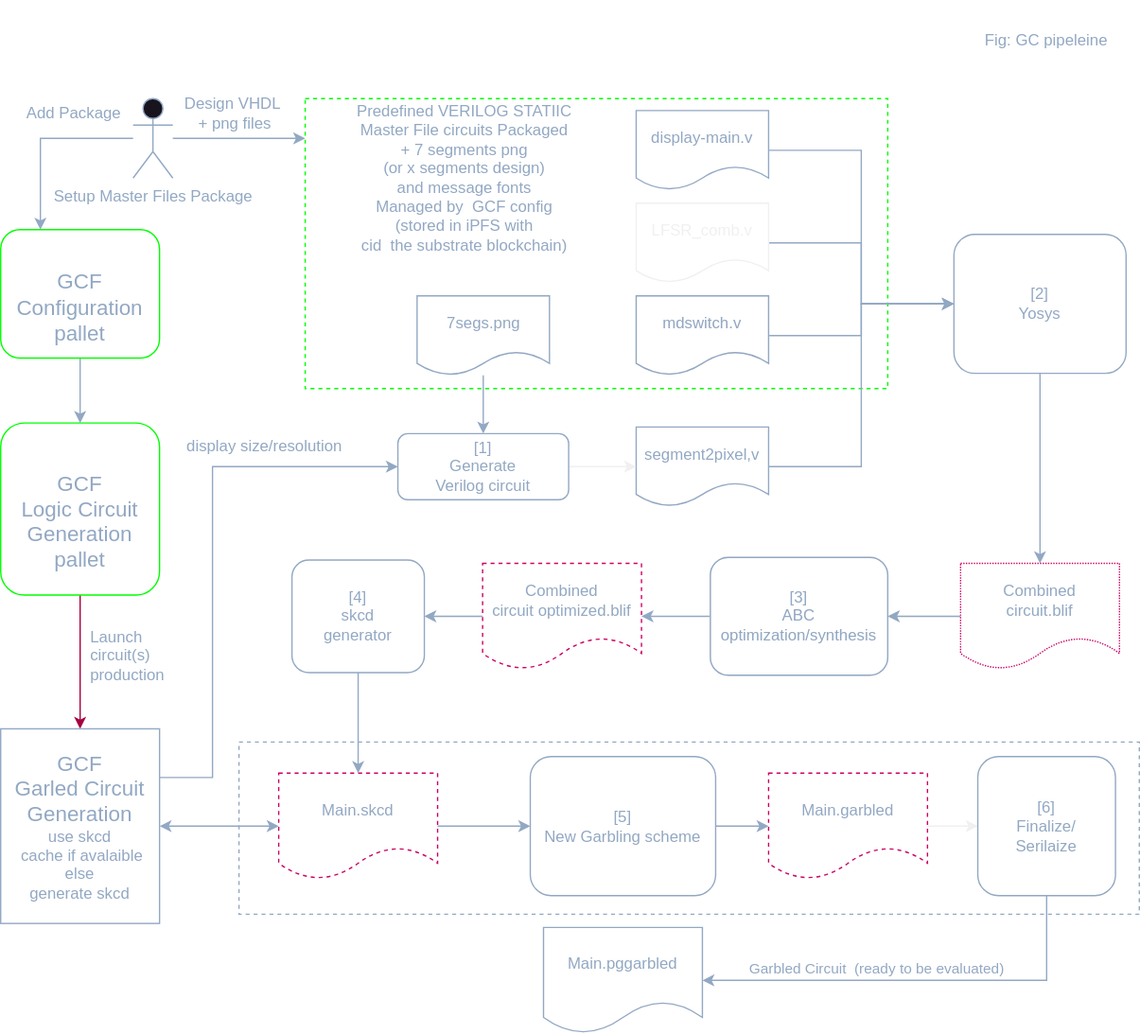
Interstellar-Network/Interstellar-Book keeps this draw.io diagram as src/fig/GC-Pipeline-Detailed.svg. Above is the earlier version. Source tidied: cells renumbered, new cells last; positions are measured from the earlier drawing's top-left corner, leaving out a move shared by most shapes. The source it was exported from:
```xml
<mxGraphModel>
  <root>
    <mxCell id="0" />
    <mxCell id="1" parent="0" />
    <mxCell id="2" style="rounded=0;whiteSpace=wrap;html=1;fillColor=none;dashed=1;strokeColor=#92A8C3;" parent="1" vertex="1">
      <mxGeometry x="180" y="560" width="680" height="130" as="geometry" />
    </mxCell>
    <mxCell id="3" style="rounded=0;whiteSpace=wrap;html=1;dashed=1;fillColor=none;fontColor=#ffffff;strokeColor=#00FF00;gradientColor=#97D077;" parent="1" vertex="1">
      <mxGeometry x="230" y="74" width="440" height="219" as="geometry" />
    </mxCell>
    <mxCell id="4" style="edgeStyle=orthogonalEdgeStyle;rounded=0;jettySize=auto;html=1;entryX=0;entryY=0.5;entryDx=0;entryDy=0;strokeColor=#92A8C3;" parent="1" edge="1" source="5" target="7">
      <mxGeometry relative="1" as="geometry" />
    </mxCell>
    <mxCell id="5" value="&lt;font color=&quot;#92a8c3&quot;&gt;segment2pixel,v&lt;/font&gt;" style="shape=document;whiteSpace=wrap;html=1;boundedLbl=1;fillColor=none;strokeColor=#92A8C3;" parent="1" vertex="1">
      <mxGeometry x="480" y="322" width="100" height="60" as="geometry" />
    </mxCell>
    <mxCell id="6" style="edgeStyle=orthogonalEdgeStyle;rounded=0;jettySize=auto;html=1;strokeColor=#92A8C3;" parent="1" edge="1" source="7" target="14">
      <mxGeometry relative="1" as="geometry" />
    </mxCell>
    <mxCell id="7" value="&lt;font color=&quot;#92a8c3&quot;&gt;[2]&lt;br&gt;Yosys&lt;/font&gt;" style="rounded=1;whiteSpace=wrap;html=1;fillColor=none;strokeColor=#92A8C3;" parent="1" vertex="1">
      <mxGeometry x="720" y="176.5" width="130" height="105" as="geometry" />
    </mxCell>
    <mxCell id="8" style="edgeStyle=orthogonalEdgeStyle;rounded=0;jettySize=auto;html=1;entryX=0;entryY=0.5;entryDx=0;entryDy=0;strokeColor=#92A8C3;" parent="1" edge="1" source="9" target="7">
      <mxGeometry relative="1" as="geometry" />
    </mxCell>
    <mxCell id="9" value="LFSR_comb.v" style="shape=document;whiteSpace=wrap;html=1;boundedLbl=1;fillColor=none;" parent="1" vertex="1">
      <mxGeometry x="480" y="153" width="100" height="60" as="geometry" />
    </mxCell>
    <mxCell id="10" style="edgeStyle=orthogonalEdgeStyle;rounded=0;jettySize=auto;html=1;entryX=0;entryY=0.5;entryDx=0;entryDy=0;strokeColor=#92A8C3;" parent="1" edge="1" source="11" target="7">
      <mxGeometry relative="1" as="geometry" />
    </mxCell>
    <mxCell id="11" value="mdswitch.v" style="shape=document;whiteSpace=wrap;html=1;boundedLbl=1;fillColor=none;" parent="1" vertex="1">
      <mxGeometry x="480" y="223" width="100" height="60" as="geometry" />
    </mxCell>
    <mxCell id="12" style="edgeStyle=orthogonalEdgeStyle;rounded=0;jettySize=auto;html=1;entryX=1;entryY=0.5;entryDx=0;entryDy=0;" parent="1" edge="1" source="14" target="16">
      <mxGeometry relative="1" as="geometry" />
    </mxCell>
    <mxCell id="13" style="edgeStyle=orthogonalEdgeStyle;rounded=0;jettySize=auto;html=1;fontColor=#92A8C3;strokeColor=#92A8C3;" parent="1" edge="1" source="14" target="50">
      <mxGeometry relative="1" as="geometry" />
    </mxCell>
    <mxCell id="14" value="&lt;font color=&quot;#92a8c3&quot;&gt;Combined&lt;br&gt;circuit.blif&lt;/font&gt;" style="shape=document;whiteSpace=wrap;html=1;boundedLbl=1;dashed=1;strokeColor=#CC0066;fillColor=none;dashPattern=1 1;" parent="1" vertex="1">
      <mxGeometry x="725" y="425" width="120" height="80" as="geometry" />
    </mxCell>
    <mxCell id="15" style="edgeStyle=orthogonalEdgeStyle;rounded=0;jettySize=auto;html=1;entryX=1;entryY=0.5;entryDx=0;entryDy=0;strokeColor=#92A8C3;" parent="1" edge="1" source="16" target="19">
      <mxGeometry relative="1" as="geometry" />
    </mxCell>
    <mxCell id="16" value="[3]&lt;br&gt;ABC&lt;br&gt;optimization/synthesis" style="rounded=1;whiteSpace=wrap;html=1;fillColor=none;" parent="1" vertex="1">
      <mxGeometry x="536" y="420.5" width="134" height="89" as="geometry" />
    </mxCell>
    <mxCell id="17" style="edgeStyle=orthogonalEdgeStyle;rounded=0;jettySize=auto;html=1;entryX=1;entryY=0.5;entryDx=0;entryDy=0;" parent="1" edge="1" source="19" target="21">
      <mxGeometry relative="1" as="geometry" />
    </mxCell>
    <mxCell id="18" style="edgeStyle=orthogonalEdgeStyle;rounded=0;jettySize=auto;html=1;fontColor=#92A8C3;strokeColor=#92A8C3;" parent="1" edge="1" source="19" target="21">
      <mxGeometry relative="1" as="geometry" />
    </mxCell>
    <mxCell id="19" value="&lt;font color=&quot;#92a8c3&quot;&gt;Combined&lt;br&gt;circuit optimized.blif&lt;/font&gt;" style="shape=document;whiteSpace=wrap;html=1;boundedLbl=1;dashed=1;strokeColor=#CC0066;fillColor=none;" parent="1" vertex="1">
      <mxGeometry x="364" y="425" width="120" height="80" as="geometry" />
    </mxCell>
    <mxCell id="20" style="edgeStyle=orthogonalEdgeStyle;rounded=0;jettySize=auto;html=1;exitX=0.5;exitY=1;exitDx=0;exitDy=0;entryX=0.5;entryY=0;entryDx=0;entryDy=0;fontColor=#FFFFFF;strokeWidth=1;strokeColor=#92A8C3;" parent="1" edge="1" source="21" target="23">
      <mxGeometry relative="1" as="geometry" />
    </mxCell>
    <mxCell id="21" value="&lt;font color=&quot;#92a8c3&quot;&gt;[4]&lt;br&gt;skcd &lt;br&gt;generator&lt;/font&gt;" style="rounded=1;whiteSpace=wrap;html=1;fillColor=none;strokeColor=#92A8C3;" parent="1" vertex="1">
      <mxGeometry x="220" y="422.5" width="100" height="85" as="geometry" />
    </mxCell>
    <mxCell id="22" style="edgeStyle=orthogonalEdgeStyle;rounded=0;jettySize=auto;html=1;entryX=0;entryY=0.5;entryDx=0;entryDy=0;strokeColor=#92A8C3;" parent="1" edge="1" source="23" target="25">
      <mxGeometry relative="1" as="geometry" />
    </mxCell>
    <mxCell id="23" value="&lt;font color=&quot;#92a8c3&quot;&gt;Main.skcd&lt;/font&gt;" style="shape=document;whiteSpace=wrap;html=1;boundedLbl=1;dashed=1;strokeColor=#CC0066;fillColor=none;" parent="1" vertex="1">
      <mxGeometry x="210" y="583.5" width="120" height="80" as="geometry" />
    </mxCell>
    <mxCell id="24" style="edgeStyle=orthogonalEdgeStyle;rounded=0;jettySize=auto;html=1;strokeColor=#92A8C3;" parent="1" edge="1" source="25" target="27">
      <mxGeometry relative="1" as="geometry" />
    </mxCell>
    <mxCell id="25" value="&lt;font color=&quot;#92a8c3&quot;&gt;[5]&lt;br&gt;New Garbling scheme&lt;br&gt;&lt;/font&gt;" style="rounded=1;whiteSpace=wrap;html=1;fillColor=none;strokeColor=#92A8C3;" parent="1" vertex="1">
      <mxGeometry x="400" y="571" width="140" height="105" as="geometry" />
    </mxCell>
    <mxCell id="26" style="edgeStyle=orthogonalEdgeStyle;rounded=0;jettySize=auto;html=1;entryX=0;entryY=0.5;entryDx=0;entryDy=0;" parent="1" edge="1" source="27" target="30">
      <mxGeometry relative="1" as="geometry" />
    </mxCell>
    <mxCell id="27" value="&lt;font color=&quot;#92a8c3&quot;&gt;Main.garbled&lt;/font&gt;" style="shape=document;whiteSpace=wrap;html=1;boundedLbl=1;dashed=1;strokeColor=#CC0066;fillColor=none;" parent="1" vertex="1">
      <mxGeometry x="580" y="583.5" width="120" height="80" as="geometry" />
    </mxCell>
    <mxCell id="28" style="edgeStyle=orthogonalEdgeStyle;rounded=0;jettySize=auto;html=1;entryX=1;entryY=0.5;entryDx=0;entryDy=0;exitX=0.5;exitY=1;exitDx=0;exitDy=0;strokeColor=#92A8C3;" parent="1" edge="1" source="30" target="31">
      <mxGeometry relative="1" as="geometry">
        <Array as="points">
          <mxPoint x="790" y="740" />
        </Array>
      </mxGeometry>
    </mxCell>
    <mxCell id="29" value="&amp;nbsp; Garbled Circuit&amp;nbsp; (ready to be evaluated)&amp;nbsp;" style="edgeLabel;html=1;align=center;verticalAlign=middle;fontColor=#92A8C3;labelBackgroundColor=none;" parent="28" vertex="1">
      <mxGeometry x="-0.08" y="4" relative="1" as="geometry">
        <mxPoint x="-47" y="-14" as="offset" />
      </mxGeometry>
    </mxCell>
    <mxCell id="30" value="&lt;font color=&quot;#92a8c3&quot;&gt;[6]&lt;br&gt;Finalize/&lt;br&gt;Serilaize&lt;/font&gt;" style="rounded=1;whiteSpace=wrap;html=1;fillColor=none;strokeColor=#92A8C3;" parent="1" vertex="1">
      <mxGeometry x="738" y="571" width="104" height="105" as="geometry" />
    </mxCell>
    <mxCell id="31" value="&lt;font color=&quot;#92a8c3&quot;&gt;Main.pggarbled&lt;/font&gt;" style="shape=document;whiteSpace=wrap;html=1;boundedLbl=1;fillColor=none;strokeColor=#92A8C3;" parent="1" vertex="1">
      <mxGeometry x="410" y="700" width="120" height="80" as="geometry" />
    </mxCell>
    <mxCell id="32" style="edgeStyle=orthogonalEdgeStyle;rounded=0;jettySize=auto;html=1;entryX=0;entryY=0.5;entryDx=0;entryDy=0;strokeColor=#92A8C3;" parent="1" edge="1" source="33" target="7">
      <mxGeometry relative="1" as="geometry" />
    </mxCell>
    <mxCell id="33" value="&lt;font color=&quot;#92a8c3&quot;&gt;display-main.v&lt;/font&gt;" style="shape=document;whiteSpace=wrap;html=1;boundedLbl=1;fillColor=none;strokeColor=#92A8C3;" parent="1" vertex="1">
      <mxGeometry x="480" y="83" width="100" height="60" as="geometry" />
    </mxCell>
    <mxCell id="34" style="edgeStyle=orthogonalEdgeStyle;rounded=0;jettySize=auto;html=1;entryX=0;entryY=0.5;entryDx=0;entryDy=0;fontColor=#FFFFFF;strokeWidth=1;" parent="1" edge="1" source="35" target="5">
      <mxGeometry relative="1" as="geometry" />
    </mxCell>
    <mxCell id="35" value="&lt;font color=&quot;#92a8c3&quot;&gt;[1] &lt;br&gt;Generate&lt;br&gt;Verilog circuit&lt;/font&gt;" style="rounded=1;whiteSpace=wrap;html=1;fillColor=none;strokeColor=#92A8C3;" parent="1" vertex="1">
      <mxGeometry x="300" y="327" width="129" height="50" as="geometry" />
    </mxCell>
    <mxCell id="36" style="edgeStyle=orthogonalEdgeStyle;rounded=0;jettySize=auto;html=1;entryX=0.5;entryY=0;entryDx=0;entryDy=0;fontColor=#FFFFFF;strokeWidth=1;strokeColor=#92A8C3;" parent="1" edge="1" source="37" target="40">
      <mxGeometry relative="1" as="geometry" />
    </mxCell>
    <mxCell id="37" value="&lt;font style=&quot;font-size: 16px&quot;&gt;&lt;font color=&quot;#92a8c3&quot;&gt;&lt;br&gt;GCF&lt;br&gt;Configuration&lt;br&gt;pallet&lt;/font&gt;&lt;br&gt;&lt;/font&gt;" style="rounded=1;whiteSpace=wrap;html=1;fillColor=none;strokeColor=#00FF00;" parent="1" vertex="1">
      <mxGeometry y="173" width="120" height="97" as="geometry" />
    </mxCell>
    <mxCell id="38" value="&lt;font color=&quot;#92a8c3&quot;&gt;Predefined VERILOG STATIIC&lt;br&gt;Master File circuits Packaged&lt;br&gt;+ 7 segments png &lt;br&gt;(or x segments design)&lt;br&gt;and message fonts&lt;br&gt;Managed by&amp;nbsp; GCF config&lt;br&gt;(stored in iPFS with&lt;br&gt;cid&amp;nbsp; the substrate blockchain)&lt;/font&gt;" style="text;html=1;align=center;verticalAlign=middle;fillColor=none;strokeColor=none;rounded=0;" parent="1" vertex="1">
      <mxGeometry x="255" y="69" width="190" height="130" as="geometry" />
    </mxCell>
    <mxCell id="39" style="edgeStyle=orthogonalEdgeStyle;rounded=0;jettySize=auto;html=1;entryX=0.5;entryY=0;entryDx=0;entryDy=0;fillColor=#d80073;strokeColor=#A50040;strokeWidth=1;" parent="1" edge="1" source="40" target="43">
      <mxGeometry x="-0.19" y="50" relative="1" as="geometry" />
    </mxCell>
    <mxCell id="40" value="&lt;font style=&quot;font-size: 16px&quot;&gt;&lt;font color=&quot;#92a8c3&quot;&gt;&lt;br&gt;GCF&lt;br&gt;Logic Circuit&lt;br&gt;Generation&lt;br&gt;pallet&lt;/font&gt;&lt;br&gt;&lt;/font&gt;" style="rounded=1;whiteSpace=wrap;html=1;fillColor=none;strokeColor=#00FF00;" parent="1" vertex="1">
      <mxGeometry y="319" width="120" height="130" as="geometry" />
    </mxCell>
    <mxCell id="41" style="edgeStyle=orthogonalEdgeStyle;rounded=0;jettySize=auto;html=1;fontColor=#FFFFFF;strokeWidth=1;startArrow=classic;startFill=1;strokeColor=#92A8C3;" parent="1" edge="1" source="43" target="23">
      <mxGeometry relative="1" as="geometry" />
    </mxCell>
    <mxCell id="42" style="edgeStyle=orthogonalEdgeStyle;rounded=0;jettySize=auto;html=1;exitX=1;exitY=0.25;exitDx=0;exitDy=0;fontColor=#FFFFFF;strokeWidth=1;strokeColor=#92A8C3;" parent="1" edge="1" source="43">
      <mxGeometry x="0.47" y="12" relative="1" as="geometry">
        <mxPoint x="300" y="352" as="targetPoint" />
        <Array as="points">
          <mxPoint x="160" y="587" />
          <mxPoint x="160" y="352" />
        </Array>
      </mxGeometry>
    </mxCell>
    <mxCell id="43" value="&lt;font color=&quot;#92a8c3&quot;&gt;&lt;font style=&quot;font-size: 16px&quot;&gt;GCF&lt;br&gt;Garled Circuit&lt;br&gt;Generation&lt;/font&gt;&lt;br&gt;use skcd&lt;br&gt;&amp;nbsp;cache if avalaible&lt;br&gt;else&lt;br&gt;generate skcd&lt;/font&gt;" style="rounded=0;whiteSpace=wrap;html=1;fillColor=none;strokeColor=#92A8C3;" parent="1" vertex="1">
      <mxGeometry y="550" width="120" height="147" as="geometry" />
    </mxCell>
    <mxCell id="44" style="edgeStyle=orthogonalEdgeStyle;rounded=0;orthogonalLoop=1;jettySize=auto;html=1;entryX=0;entryY=0.119;entryDx=0;entryDy=0;entryPerimeter=0;fontColor=#FFFFFF;strokeWidth=1;strokeColor=#92A8C3;" parent="1" edge="1">
      <mxGeometry x="0.04" y="30" relative="1" as="geometry">
        <mxPoint x="130" y="104" as="sourcePoint" />
        <mxPoint x="230" y="104.1" as="targetPoint" />
        <Array as="points">
          <mxPoint x="190" y="104" />
          <mxPoint x="190" y="104" />
        </Array>
      </mxGeometry>
    </mxCell>
    <mxCell id="45" style="edgeStyle=orthogonalEdgeStyle;rounded=0;jettySize=auto;html=1;entryX=0.25;entryY=0;entryDx=0;entryDy=0;fontColor=#FFFFFF;strokeWidth=1;strokeColor=#92A8C3;" parent="1" edge="1" source="46" target="37">
      <mxGeometry x="-0.28" y="-14" relative="1" as="geometry">
        <Array as="points">
          <mxPoint x="30" y="104" />
        </Array>
      </mxGeometry>
    </mxCell>
    <mxCell id="46" value="&lt;font color=&quot;#92a8c3&quot;&gt;Setup Master Files Package&lt;/font&gt;" style="shape=umlActor;verticalLabelPosition=bottom;verticalAlign=top;html=1;outlineConnect=0;strokeColor=#92A8C3;" parent="1" vertex="1">
      <mxGeometry x="100" y="74" width="30" height="60" as="geometry" />
    </mxCell>
    <mxCell id="47" value="&lt;font color=&quot;#92a8c3&quot;&gt;Fig: GC pipeleine&lt;/font&gt;" style="rounded=0;whiteSpace=wrap;html=1;strokeColor=none;fillColor=none;gradientColor=none;" parent="1" vertex="1">
      <mxGeometry x="730" width="120" height="60" as="geometry" />
    </mxCell>
    <mxCell id="48" style="edgeStyle=orthogonalEdgeStyle;rounded=0;jettySize=auto;html=1;entryX=0.5;entryY=0;entryDx=0;entryDy=0;fontColor=#FFFFFF;strokeWidth=1;strokeColor=#92A8C3;" parent="1" edge="1" source="49" target="35">
      <mxGeometry relative="1" as="geometry" />
    </mxCell>
    <mxCell id="49" value="&lt;font color=&quot;#92a8c3&quot;&gt;7segs.png&lt;/font&gt;" style="shape=document;whiteSpace=wrap;html=1;boundedLbl=1;fillColor=none;strokeColor=#92A8C3;" parent="1" vertex="1">
      <mxGeometry x="314.5" y="223" width="100" height="60" as="geometry" />
    </mxCell>
    <mxCell id="50" value="&lt;font color=&quot;#92a8c3&quot;&gt;[3]&lt;br&gt;ABC&lt;br&gt;optimization/synthesis&lt;/font&gt;" style="rounded=1;whiteSpace=wrap;html=1;fillColor=none;strokeColor=#92A8C3;" parent="1" vertex="1">
      <mxGeometry x="536" y="420.5" width="134" height="89" as="geometry" />
    </mxCell>
    <mxCell id="51" value="&lt;font color=&quot;#92a8c3&quot;&gt;mdswitch.v&lt;/font&gt;" style="shape=document;whiteSpace=wrap;html=1;boundedLbl=1;fillColor=none;strokeColor=#92A8C3;" parent="1" vertex="1">
      <mxGeometry x="480" y="223" width="100" height="60" as="geometry" />
    </mxCell>
    <mxCell id="52" value="Add Package" style="text;html=1;align=center;verticalAlign=middle;fillColor=none;strokeColor=none;rounded=0;dashed=1;dashPattern=1 1;labelBackgroundColor=none;fontColor=#92A8C3;" parent="1" vertex="1">
      <mxGeometry x="10" y="75" width="90" height="20" as="geometry" />
    </mxCell>
    <mxCell id="53" value="Design VHDL&lt;br&gt;&amp;nbsp;+ png files" style="text;html=1;align=center;verticalAlign=middle;fillColor=none;strokeColor=none;rounded=0;dashed=1;dashPattern=1 1;labelBackgroundColor=none;fontColor=#92A8C3;" parent="1" vertex="1">
      <mxGeometry x="130" y="70" width="90" height="30" as="geometry" />
    </mxCell>
    <mxCell id="54" value="display size/resolution" style="text;html=1;align=center;verticalAlign=middle;fillColor=none;strokeColor=none;rounded=0;dashed=1;dashPattern=1 1;labelBackgroundColor=none;fontColor=#92A8C3;" parent="1" vertex="1">
      <mxGeometry x="134" y="327" width="130" height="20" as="geometry" />
    </mxCell>
    <mxCell id="55" value="Launch&lt;br&gt;circuit(s)&lt;br&gt;production" style="text;html=1;align=left;verticalAlign=middle;fillColor=none;strokeColor=none;rounded=0;dashed=1;dashPattern=1 1;labelBackgroundColor=none;fontColor=#92A8C3;" parent="1" vertex="1">
      <mxGeometry x="66" y="470" width="70" height="50" as="geometry" />
    </mxCell>
  </root>
</mxGraphModel>
```
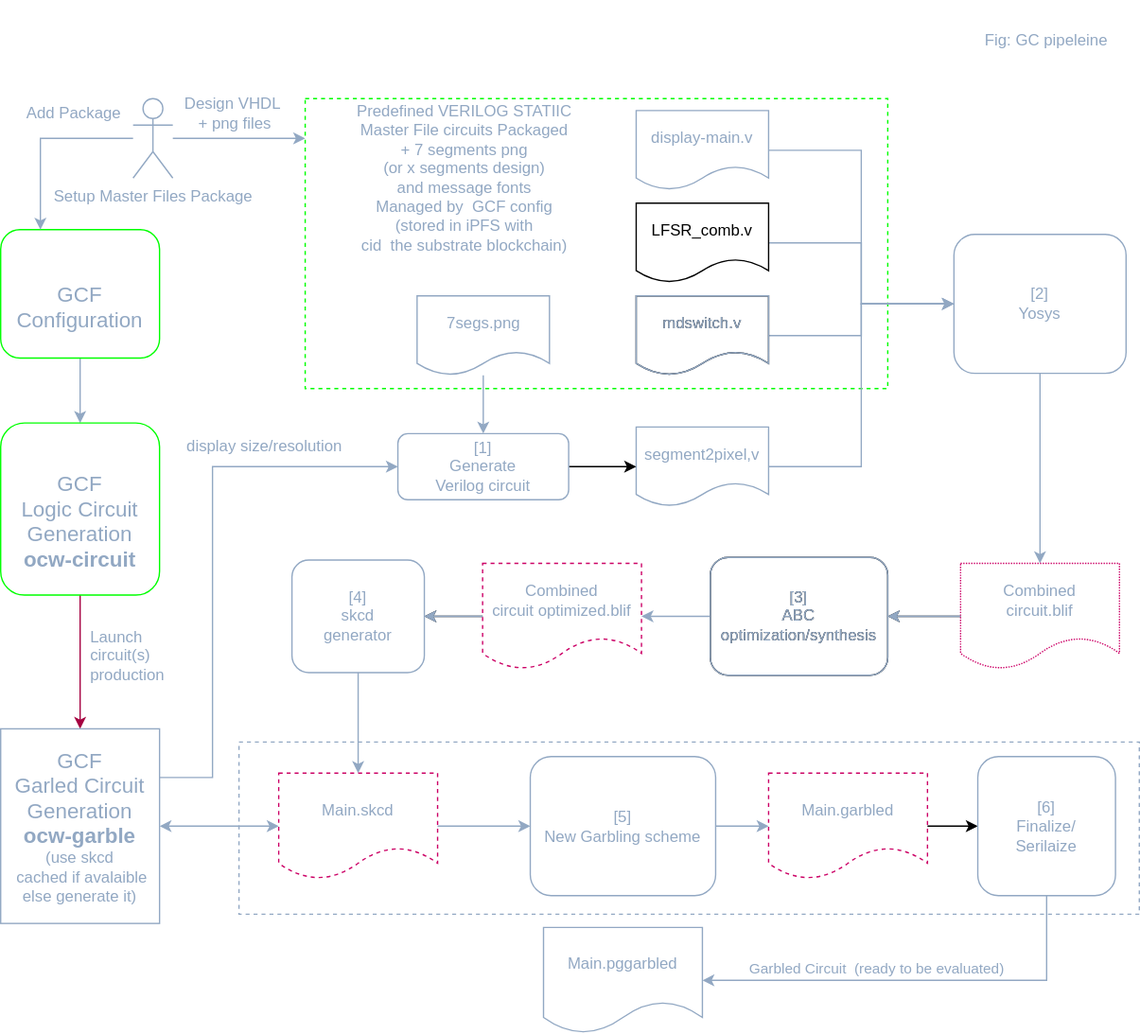
The same diagram one commit later.

Change to the diagram source:
```diff
@@ -113,7 +113,7 @@
     <mxCell id="36" style="edgeStyle=orthogonalEdgeStyle;rounded=0;jettySize=auto;html=1;entryX=0.5;entryY=0;entryDx=0;entryDy=0;fontColor=#FFFFFF;strokeWidth=1;strokeColor=#92A8C3;" parent="1" edge="1" source="37" target="40">
       <mxGeometry relative="1" as="geometry" />
     </mxCell>
-    <mxCell id="37" value="&lt;font style=&quot;font-size: 16px&quot;&gt;&lt;font color=&quot;#92a8c3&quot;&gt;&lt;br&gt;GCF&lt;br&gt;Configuration&lt;br&gt;pallet&lt;/font&gt;&lt;br&gt;&lt;/font&gt;" style="rounded=1;whiteSpace=wrap;html=1;fillColor=none;strokeColor=#00FF00;" parent="1" vertex="1">
+    <mxCell id="37" value="&lt;font style=&quot;font-size: 16px&quot;&gt;&lt;font color=&quot;#92a8c3&quot;&gt;&lt;br&gt;GCF&lt;br&gt;Configuration&lt;/font&gt;&lt;br&gt;&lt;/font&gt;" style="rounded=1;whiteSpace=wrap;html=1;fillColor=none;strokeColor=#00FF00;" parent="1" vertex="1">
       <mxGeometry y="173" width="120" height="97" as="geometry" />
     </mxCell>
     <mxCell id="38" value="&lt;font color=&quot;#92a8c3&quot;&gt;Predefined VERILOG STATIIC&lt;br&gt;Master File circuits Packaged&lt;br&gt;+ 7 segments png &lt;br&gt;(or x segments design)&lt;br&gt;and message fonts&lt;br&gt;Managed by&amp;nbsp; GCF config&lt;br&gt;(stored in iPFS with&lt;br&gt;cid&amp;nbsp; the substrate blockchain)&lt;/font&gt;" style="text;html=1;align=center;verticalAlign=middle;fillColor=none;strokeColor=none;rounded=0;" parent="1" vertex="1">
@@ -122,7 +122,7 @@
     <mxCell id="39" style="edgeStyle=orthogonalEdgeStyle;rounded=0;jettySize=auto;html=1;entryX=0.5;entryY=0;entryDx=0;entryDy=0;fillColor=#d80073;strokeColor=#A50040;strokeWidth=1;" parent="1" edge="1" source="40" target="43">
       <mxGeometry x="-0.19" y="50" relative="1" as="geometry" />
     </mxCell>
-    <mxCell id="40" value="&lt;font style=&quot;font-size: 16px&quot;&gt;&lt;font color=&quot;#92a8c3&quot;&gt;&lt;br&gt;GCF&lt;br&gt;Logic Circuit&lt;br&gt;Generation&lt;br&gt;pallet&lt;/font&gt;&lt;br&gt;&lt;/font&gt;" style="rounded=1;whiteSpace=wrap;html=1;fillColor=none;strokeColor=#00FF00;" parent="1" vertex="1">
+    <mxCell id="40" value="&lt;font style=&quot;font-size: 16px&quot;&gt;&lt;font color=&quot;#92a8c3&quot;&gt;&lt;br&gt;GCF&lt;br&gt;Logic Circuit&lt;br&gt;Generation&lt;br&gt;&lt;b&gt;ocw-circuit&lt;/b&gt;&lt;/font&gt;&lt;br&gt;&lt;/font&gt;" style="rounded=1;whiteSpace=wrap;html=1;fillColor=none;strokeColor=#00FF00;" parent="1" vertex="1">
       <mxGeometry y="319" width="120" height="130" as="geometry" />
     </mxCell>
     <mxCell id="41" style="edgeStyle=orthogonalEdgeStyle;rounded=0;jettySize=auto;html=1;fontColor=#FFFFFF;strokeWidth=1;startArrow=classic;startFill=1;strokeColor=#92A8C3;" parent="1" edge="1" source="43" target="23">
@@ -137,7 +137,7 @@
         </Array>
       </mxGeometry>
     </mxCell>
-    <mxCell id="43" value="&lt;font color=&quot;#92a8c3&quot;&gt;&lt;font style=&quot;font-size: 16px&quot;&gt;GCF&lt;br&gt;Garled Circuit&lt;br&gt;Generation&lt;/font&gt;&lt;br&gt;use skcd&lt;br&gt;&amp;nbsp;cache if avalaible&lt;br&gt;else&lt;br&gt;generate skcd&lt;/font&gt;" style="rounded=0;whiteSpace=wrap;html=1;fillColor=none;strokeColor=#92A8C3;" parent="1" vertex="1">
+    <mxCell id="43" value="&lt;font color=&quot;#92a8c3&quot;&gt;&lt;font style=&quot;font-size: 16px&quot;&gt;GCF&lt;br&gt;Garled Circuit&lt;br&gt;Generation&lt;br&gt;&lt;b&gt;ocw-garble&lt;/b&gt;&lt;/font&gt;&lt;br&gt;(use skcd&lt;br&gt;&amp;nbsp;cached if avalaible&lt;br&gt;else generate it)&lt;/font&gt;" style="rounded=0;whiteSpace=wrap;html=1;fillColor=none;strokeColor=#92A8C3;" parent="1" vertex="1">
       <mxGeometry y="550" width="120" height="147" as="geometry" />
     </mxCell>
     <mxCell id="44" style="edgeStyle=orthogonalEdgeStyle;rounded=0;orthogonalLoop=1;jettySize=auto;html=1;entryX=0;entryY=0.119;entryDx=0;entryDy=0;entryPerimeter=0;fontColor=#FFFFFF;strokeWidth=1;strokeColor=#92A8C3;" parent="1" edge="1">
```
